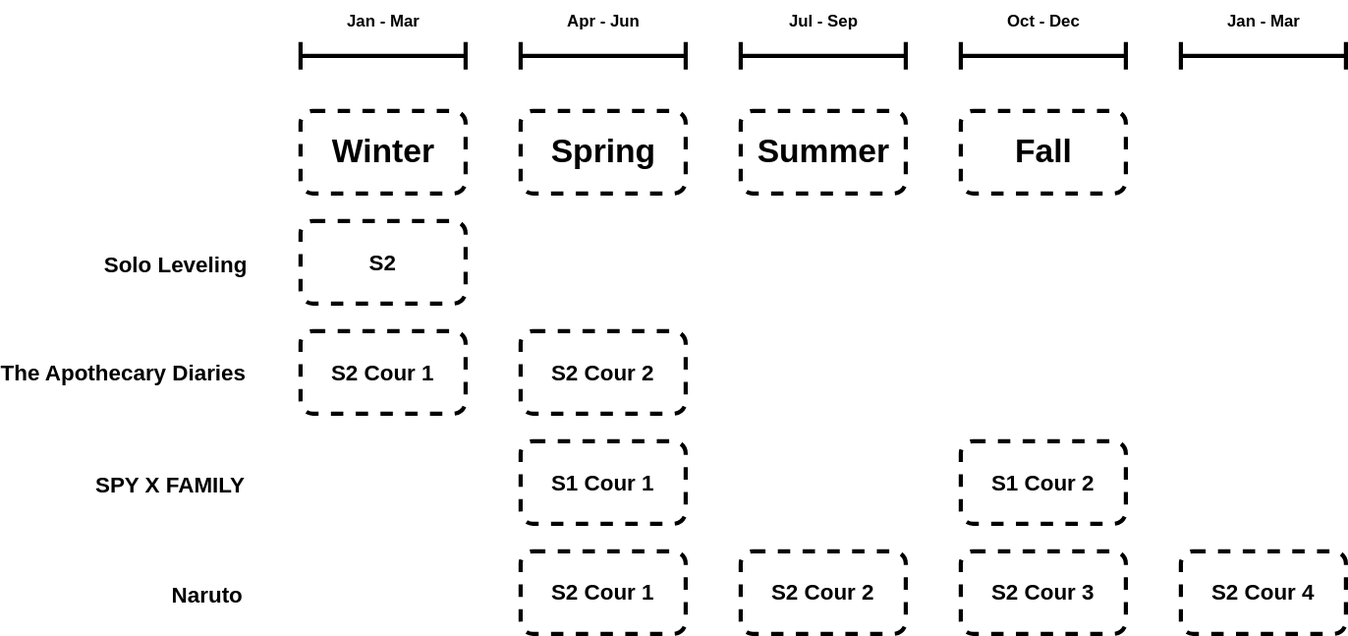
Above: docs/public/diagram/cour.svg in wotakumoe/wotaku (draw.io), before the change. Source tidied: cells renumbered, new cells last; positions are measured from the earlier drawing's top-left corner, leaving out a move shared by most shapes. Its diagram source:
```xml
<mxGraphModel>
  <root>
    <mxCell id="0" />
    <mxCell id="1" parent="0" />
    <mxCell id="2" style="rounded=1;whiteSpace=wrap;html=1;fillColor=none;dashed=1;strokeWidth=3;strokeColor=light-dark(#000000,#2F77C3);" parent="1" vertex="1">
      <mxGeometry x="179" y="80" width="120" height="60" as="geometry" />
    </mxCell>
    <mxCell id="3" style="rounded=1;whiteSpace=wrap;html=1;fillColor=none;strokeWidth=3;dashed=1;strokeColor=light-dark(#000000,#F94994);" parent="1" vertex="1">
      <mxGeometry x="339" y="80" width="120" height="60" as="geometry" />
    </mxCell>
    <mxCell id="4" style="rounded=1;whiteSpace=wrap;html=1;fillColor=none;dashed=1;strokeWidth=3;strokeColor=light-dark(#000000,#02AB82);" parent="1" vertex="1">
      <mxGeometry x="499" y="80" width="120" height="60" as="geometry" />
    </mxCell>
    <mxCell id="5" style="rounded=1;whiteSpace=wrap;html=1;fillColor=none;strokeColor=light-dark(#000000,#FC5E1D);strokeWidth=3;dashed=1;" parent="1" vertex="1">
      <mxGeometry x="659" y="80" width="120" height="60" as="geometry" />
    </mxCell>
    <mxCell id="6" value="&lt;b&gt;&lt;font style=&quot;font-size: 16px;&quot;&gt;S2&lt;/font&gt;&lt;/b&gt;" style="rounded=1;whiteSpace=wrap;html=1;fillColor=none;strokeColor=light-dark(#000000,#2F77C3);dashed=1;strokeWidth=3;" parent="1" vertex="1">
      <mxGeometry x="179" y="160" width="120" height="60" as="geometry" />
    </mxCell>
    <mxCell id="7" value="S2 Cour 1" style="rounded=1;whiteSpace=wrap;html=1;fillColor=none;strokeColor=light-dark(#000000,#2F77C3);dashed=1;strokeWidth=3;fontStyle=1;fontSize=16;" parent="1" vertex="1">
      <mxGeometry x="179" y="240" width="120" height="60" as="geometry" />
    </mxCell>
    <mxCell id="8" value="S2 Cour 2" style="rounded=1;whiteSpace=wrap;html=1;fillColor=none;dashed=1;strokeWidth=3;strokeColor=light-dark(#000000,#F94994);fontStyle=1;fontSize=16;" parent="1" vertex="1">
      <mxGeometry x="339" y="240" width="120" height="60" as="geometry" />
    </mxCell>
    <mxCell id="9" value="S2 Cour 4" style="rounded=1;whiteSpace=wrap;html=1;fillColor=none;strokeColor=light-dark(#000000,#2F77C3);dashed=1;strokeWidth=3;fontSize=16;fontStyle=1;" parent="1" vertex="1">
      <mxGeometry x="819" y="400" width="120" height="60" as="geometry" />
    </mxCell>
    <mxCell id="10" value="S2 Cour 1" style="rounded=1;whiteSpace=wrap;html=1;fillColor=none;dashed=1;strokeWidth=3;strokeColor=light-dark(#000000,#F94994);fontSize=16;fontStyle=1;" parent="1" vertex="1">
      <mxGeometry x="339" y="400" width="120" height="60" as="geometry" />
    </mxCell>
    <mxCell id="11" value="S2 Cour 2" style="rounded=1;whiteSpace=wrap;html=1;fillColor=none;dashed=1;strokeWidth=3;strokeColor=light-dark(#000000,#02AB82);fontSize=16;fontStyle=1;" parent="1" vertex="1">
      <mxGeometry x="499" y="400" width="120" height="60" as="geometry" />
    </mxCell>
    <mxCell id="12" value="S2 Cour 3" style="rounded=1;whiteSpace=wrap;html=1;fillColor=none;dashed=1;strokeWidth=3;strokeColor=light-dark(#000000,#FC5E1D);fontSize=16;fontStyle=1;" parent="1" vertex="1">
      <mxGeometry x="659" y="400" width="120" height="60" as="geometry" />
    </mxCell>
    <mxCell id="13" value="Winter" style="text;strokeColor=none;fillColor=none;html=1;fontSize=24;fontStyle=1;verticalAlign=middle;align=center;" parent="1" vertex="1">
      <mxGeometry x="189" y="90" width="100" height="40" as="geometry" />
    </mxCell>
    <mxCell id="14" value="Summer" style="text;strokeColor=none;fillColor=none;html=1;fontSize=24;fontStyle=1;verticalAlign=middle;align=center;" parent="1" vertex="1">
      <mxGeometry x="509" y="90" width="100" height="40" as="geometry" />
    </mxCell>
    <mxCell id="15" value="Spring" style="text;strokeColor=none;fillColor=none;html=1;fontSize=24;fontStyle=1;verticalAlign=middle;align=center;" parent="1" vertex="1">
      <mxGeometry x="349" y="90" width="100" height="40" as="geometry" />
    </mxCell>
    <mxCell id="16" value="Fall" style="text;strokeColor=none;fillColor=none;html=1;fontSize=24;fontStyle=1;verticalAlign=middle;align=center;" parent="1" vertex="1">
      <mxGeometry x="669" y="90" width="100" height="40" as="geometry" />
    </mxCell>
    <mxCell id="17" value="S1 Cour 1" style="rounded=1;whiteSpace=wrap;html=1;fillColor=none;dashed=1;strokeWidth=3;strokeColor=light-dark(#000000,#F94994);fontStyle=1;fontSize=16;" parent="1" vertex="1">
      <mxGeometry x="339" y="320" width="120" height="60" as="geometry" />
    </mxCell>
    <mxCell id="18" value="S1 Cour 2" style="rounded=1;whiteSpace=wrap;html=1;fillColor=none;dashed=1;strokeWidth=3;strokeColor=light-dark(#000000,#FC5E1D);fontStyle=1;fontSize=16;" parent="1" vertex="1">
      <mxGeometry x="659" y="320" width="120" height="60" as="geometry" />
    </mxCell>
    <mxCell id="19" value="&lt;font style=&quot;font-size: 16px;&quot;&gt;Naruto&lt;/font&gt;" style="text;strokeColor=none;fillColor=none;html=1;fontSize=24;fontStyle=1;verticalAlign=middle;align=center;" parent="1" vertex="1">
      <mxGeometry x="61" y="410" width="100" height="40" as="geometry" />
    </mxCell>
    <mxCell id="20" value="&lt;font style=&quot;font-size: 16px;&quot;&gt;Solo Leveling&lt;/font&gt;" style="text;strokeColor=none;fillColor=none;html=1;fontSize=24;fontStyle=1;verticalAlign=middle;align=center;" parent="1" vertex="1">
      <mxGeometry x="38" y="170" width="100" height="40" as="geometry" />
    </mxCell>
    <mxCell id="21" value="The Apothecary Diaries" style="text;strokeColor=none;fillColor=none;html=1;fontSize=16;fontStyle=1;verticalAlign=middle;align=center;" parent="1" vertex="1">
      <mxGeometry y="250" width="100" height="40" as="geometry" />
    </mxCell>
    <mxCell id="22" value="&lt;font style=&quot;font-size: 16px;&quot;&gt;SPY X FAMILY&lt;/font&gt;" style="text;strokeColor=none;fillColor=none;html=1;fontSize=24;fontStyle=1;verticalAlign=middle;align=center;" parent="1" vertex="1">
      <mxGeometry x="34" y="330" width="100" height="40" as="geometry" />
    </mxCell>
    <mxCell id="23" style="shape=crossbar;whiteSpace=wrap;html=1;rounded=1;strokeWidth=3;" parent="1" vertex="1">
      <mxGeometry x="179" y="30" width="120" height="20" as="geometry" />
    </mxCell>
    <mxCell id="24" style="shape=crossbar;whiteSpace=wrap;html=1;rounded=1;strokeWidth=3;" parent="1" vertex="1">
      <mxGeometry x="339" y="30" width="120" height="20" as="geometry" />
    </mxCell>
    <mxCell id="25" style="shape=crossbar;whiteSpace=wrap;html=1;rounded=1;strokeWidth=3;" parent="1" vertex="1">
      <mxGeometry x="499" y="30" width="120" height="20" as="geometry" />
    </mxCell>
    <mxCell id="26" style="shape=crossbar;whiteSpace=wrap;html=1;rounded=1;strokeWidth=3;" parent="1" vertex="1">
      <mxGeometry x="659" y="30" width="120" height="20" as="geometry" />
    </mxCell>
    <mxCell id="27" value="Jan - Mar" style="text;html=1;align=center;verticalAlign=middle;strokeColor=none;fillColor=none;fontStyle=1;" parent="1" vertex="1">
      <mxGeometry x="204" width="70" height="30" as="geometry" />
    </mxCell>
    <mxCell id="28" value="Apr - Jun" style="text;html=1;align=center;verticalAlign=middle;strokeColor=none;fillColor=none;fontStyle=1;" parent="1" vertex="1">
      <mxGeometry x="364" width="70" height="30" as="geometry" />
    </mxCell>
    <mxCell id="29" value="Jul - Sep" style="text;html=1;align=center;verticalAlign=middle;strokeColor=none;fillColor=none;fontStyle=1;" parent="1" vertex="1">
      <mxGeometry x="524" width="70" height="30" as="geometry" />
    </mxCell>
    <mxCell id="30" value="Oct - Dec" style="text;html=1;align=center;verticalAlign=middle;strokeColor=none;fillColor=none;fontStyle=1;" parent="1" vertex="1">
      <mxGeometry x="684" width="70" height="30" as="geometry" />
    </mxCell>
    <mxCell id="31" style="shape=crossbar;whiteSpace=wrap;html=1;rounded=1;strokeWidth=3;" parent="1" vertex="1">
      <mxGeometry x="819" y="30" width="120" height="20" as="geometry" />
    </mxCell>
    <mxCell id="32" value="Jan - Mar" style="text;html=1;align=center;verticalAlign=middle;strokeColor=none;fillColor=none;fontStyle=1;" parent="1" vertex="1">
      <mxGeometry x="844" width="70" height="30" as="geometry" />
    </mxCell>
  </root>
</mxGraphModel>
```
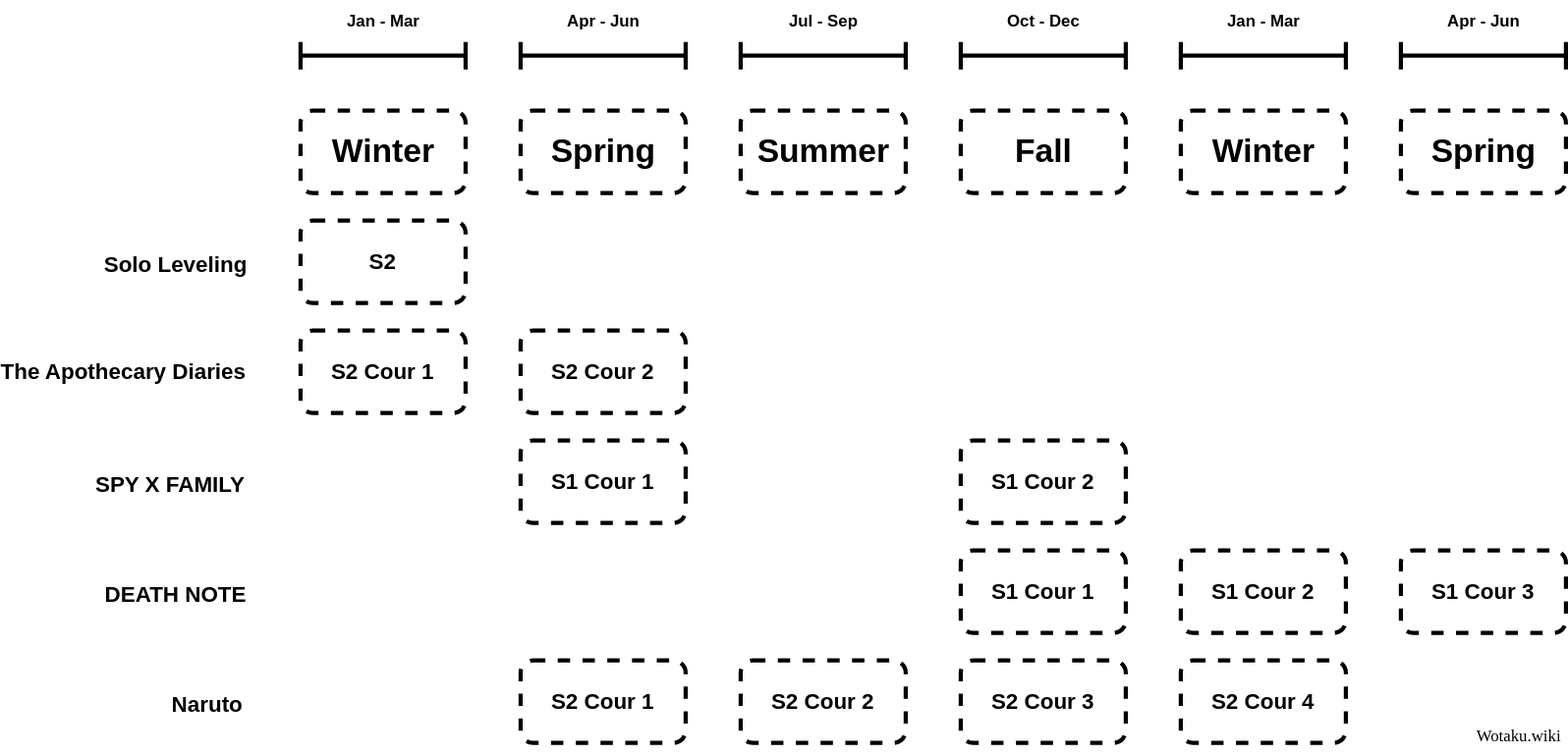
The same diagram one commit later.

Commit message:
Update season part

What changed in the source:
```diff
@@ -24,16 +24,16 @@
       <mxGeometry x="339" y="240" width="120" height="60" as="geometry" />
     </mxCell>
     <mxCell id="9" value="S2 Cour 4" style="rounded=1;whiteSpace=wrap;html=1;fillColor=none;strokeColor=light-dark(#000000,#2F77C3);dashed=1;strokeWidth=3;fontSize=16;fontStyle=1;" parent="1" vertex="1">
-      <mxGeometry x="819" y="400" width="120" height="60" as="geometry" />
+      <mxGeometry x="819" y="480" width="120" height="60" as="geometry" />
     </mxCell>
     <mxCell id="10" value="S2 Cour 1" style="rounded=1;whiteSpace=wrap;html=1;fillColor=none;dashed=1;strokeWidth=3;strokeColor=light-dark(#000000,#F94994);fontSize=16;fontStyle=1;" parent="1" vertex="1">
-      <mxGeometry x="339" y="400" width="120" height="60" as="geometry" />
+      <mxGeometry x="339" y="480" width="120" height="60" as="geometry" />
     </mxCell>
     <mxCell id="11" value="S2 Cour 2" style="rounded=1;whiteSpace=wrap;html=1;fillColor=none;dashed=1;strokeWidth=3;strokeColor=light-dark(#000000,#02AB82);fontSize=16;fontStyle=1;" parent="1" vertex="1">
-      <mxGeometry x="499" y="400" width="120" height="60" as="geometry" />
+      <mxGeometry x="499" y="480" width="120" height="60" as="geometry" />
     </mxCell>
     <mxCell id="12" value="S2 Cour 3" style="rounded=1;whiteSpace=wrap;html=1;fillColor=none;dashed=1;strokeWidth=3;strokeColor=light-dark(#000000,#FC5E1D);fontSize=16;fontStyle=1;" parent="1" vertex="1">
-      <mxGeometry x="659" y="400" width="120" height="60" as="geometry" />
+      <mxGeometry x="659" y="480" width="120" height="60" as="geometry" />
     </mxCell>
     <mxCell id="13" value="Winter" style="text;strokeColor=none;fillColor=none;html=1;fontSize=24;fontStyle=1;verticalAlign=middle;align=center;" parent="1" vertex="1">
       <mxGeometry x="189" y="90" width="100" height="40" as="geometry" />
@@ -54,7 +54,7 @@
       <mxGeometry x="659" y="320" width="120" height="60" as="geometry" />
     </mxCell>
     <mxCell id="19" value="&lt;font style=&quot;font-size: 16px;&quot;&gt;Naruto&lt;/font&gt;" style="text;strokeColor=none;fillColor=none;html=1;fontSize=24;fontStyle=1;verticalAlign=middle;align=center;" parent="1" vertex="1">
-      <mxGeometry x="61" y="410" width="100" height="40" as="geometry" />
+      <mxGeometry x="61" y="490" width="100" height="40" as="geometry" />
     </mxCell>
     <mxCell id="20" value="&lt;font style=&quot;font-size: 16px;&quot;&gt;Solo Leveling&lt;/font&gt;" style="text;strokeColor=none;fillColor=none;html=1;fontSize=24;fontStyle=1;verticalAlign=middle;align=center;" parent="1" vertex="1">
       <mxGeometry x="38" y="170" width="100" height="40" as="geometry" />
@@ -95,5 +95,38 @@
     <mxCell id="32" value="Jan - Mar" style="text;html=1;align=center;verticalAlign=middle;strokeColor=none;fillColor=none;fontStyle=1;" parent="1" vertex="1">
       <mxGeometry x="844" width="70" height="30" as="geometry" />
     </mxCell>
+    <mxCell id="33" style="shape=crossbar;whiteSpace=wrap;html=1;rounded=1;strokeWidth=3;" parent="1" vertex="1">
+      <mxGeometry x="979" y="30" width="120" height="20" as="geometry" />
+    </mxCell>
+    <mxCell id="34" value="Apr - Jun" style="text;html=1;align=center;verticalAlign=middle;strokeColor=none;fillColor=none;fontStyle=1;" parent="1" vertex="1">
+      <mxGeometry x="1004" width="70" height="30" as="geometry" />
+    </mxCell>
+    <mxCell id="35" value="S1 Cour 2" style="rounded=1;whiteSpace=wrap;html=1;fillColor=none;strokeColor=light-dark(#000000,#2F77C3);dashed=1;strokeWidth=3;fontSize=16;fontStyle=1;" parent="1" vertex="1">
+      <mxGeometry x="819" y="400" width="120" height="60" as="geometry" />
+    </mxCell>
+    <mxCell id="36" value="S1 Cour 3" style="rounded=1;whiteSpace=wrap;html=1;fillColor=none;dashed=1;strokeWidth=3;strokeColor=light-dark(#000000,#F94994);fontSize=16;fontStyle=1;" parent="1" vertex="1">
+      <mxGeometry x="979" y="400" width="120" height="60" as="geometry" />
+    </mxCell>
+    <mxCell id="37" value="S1 Cour 1" style="rounded=1;whiteSpace=wrap;html=1;fillColor=none;dashed=1;strokeWidth=3;strokeColor=light-dark(#000000,#FC5E1D);fontSize=16;fontStyle=1;" parent="1" vertex="1">
+      <mxGeometry x="659" y="400" width="120" height="60" as="geometry" />
+    </mxCell>
+    <mxCell id="38" value="&lt;font style=&quot;font-size: 16px;&quot;&gt;DEATH NOTE&lt;/font&gt;" style="text;strokeColor=none;fillColor=none;html=1;fontSize=24;fontStyle=1;verticalAlign=middle;align=center;" parent="1" vertex="1">
+      <mxGeometry x="38" y="410" width="100" height="40" as="geometry" />
+    </mxCell>
+    <mxCell id="39" value="&lt;font face=&quot;Georgia&quot;&gt;Wotaku.wiki&lt;/font&gt;" style="text;html=1;align=center;verticalAlign=middle;whiteSpace=wrap;rounded=0;" parent="1" vertex="1">
+      <mxGeometry x="1035" y="520" width="60" height="30" as="geometry" />
+    </mxCell>
+    <mxCell id="40" style="rounded=1;whiteSpace=wrap;html=1;fillColor=none;dashed=1;strokeWidth=3;strokeColor=light-dark(#000000,#2F77C3);" parent="1" vertex="1">
+      <mxGeometry x="819" y="80" width="120" height="60" as="geometry" />
+    </mxCell>
+    <mxCell id="41" style="rounded=1;whiteSpace=wrap;html=1;fillColor=none;strokeWidth=3;dashed=1;strokeColor=light-dark(#000000,#F94994);" parent="1" vertex="1">
+      <mxGeometry x="979" y="80" width="120" height="60" as="geometry" />
+    </mxCell>
+    <mxCell id="42" value="Winter" style="text;strokeColor=none;fillColor=none;html=1;fontSize=24;fontStyle=1;verticalAlign=middle;align=center;" parent="1" vertex="1">
+      <mxGeometry x="829" y="90" width="100" height="40" as="geometry" />
+    </mxCell>
+    <mxCell id="43" value="Spring" style="text;strokeColor=none;fillColor=none;html=1;fontSize=24;fontStyle=1;verticalAlign=middle;align=center;" parent="1" vertex="1">
+      <mxGeometry x="989" y="90" width="100" height="40" as="geometry" />
+    </mxCell>
   </root>
 </mxGraphModel>
```
